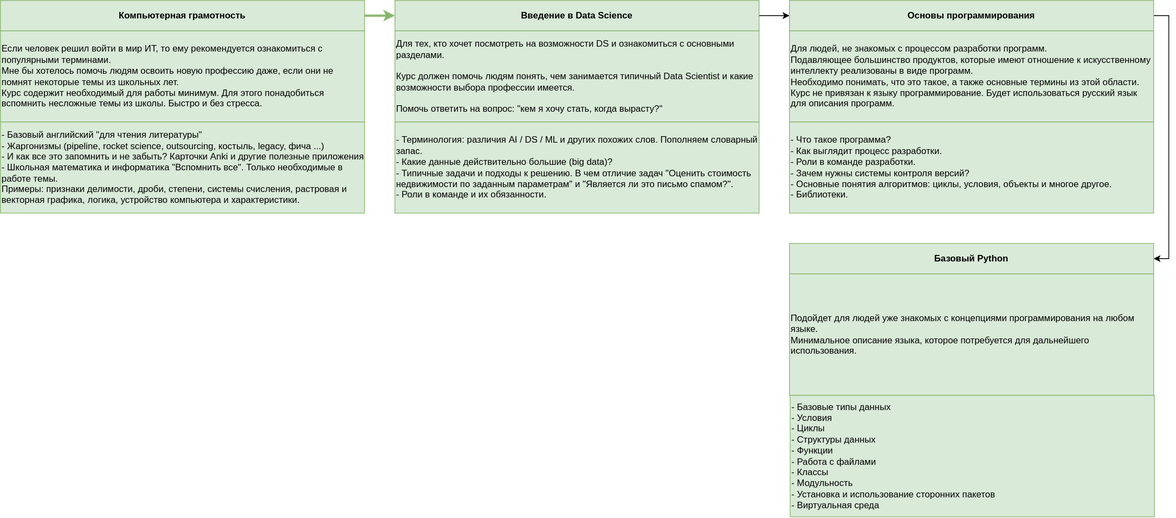
Earlier version of the draw.io export courses.drawio.svg (ryndovaira-org/data_science_lectures). Source tidied: cells renumbered, new cells last; positions are measured from the earlier drawing's top-left corner, leaving out a move shared by most shapes.
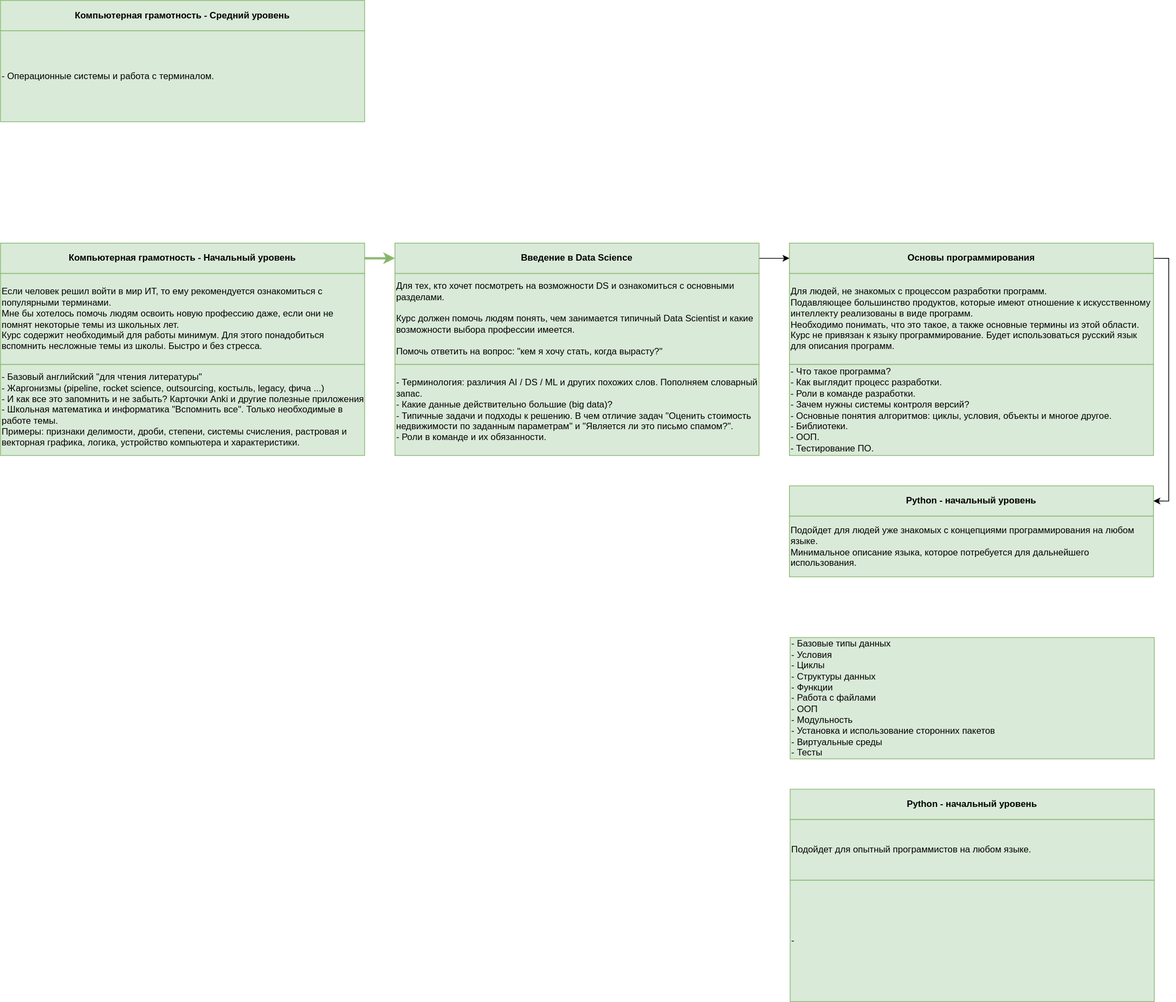
Later version of the same file.

What changed in the source:
```diff
@@ -5,7 +5,7 @@
     <mxCell id="2" style="edgeStyle=orthogonalEdgeStyle;rounded=0;jettySize=auto;html=1;exitX=1;exitY=0.5;exitDx=0;exitDy=0;strokeWidth=3;fillColor=#d5e8d4;strokeColor=#82b366;opacity=90;entryX=0;entryY=0.5;entryDx=0;entryDy=0;" parent="1" edge="1" source="3" target="6">
       <mxGeometry relative="1" as="geometry" />
     </mxCell>
-    <mxCell id="3" value="Компьютерная грамотность" style="rounded=0;whiteSpace=wrap;html=1;fillColor=#d5e8d4;strokeColor=#82b366;opacity=90;fontStyle=1;" parent="1" vertex="1">
+    <mxCell id="3" value="Компьютерная грамотность - Начальный уровень" style="rounded=0;whiteSpace=wrap;html=1;fillColor=#d5e8d4;strokeColor=#82b366;opacity=90;fontStyle=1;" parent="1" vertex="1">
       <mxGeometry width="480" height="40" as="geometry" />
     </mxCell>
     <mxCell id="4" value="Если человек решил войти в мир ИТ, то ему рекомендуется ознакомиться с популярными терминами.&amp;nbsp;&lt;br&gt;Мне бы хотелось помочь людям освоить новую профессию даже, если они не помнят некоторые темы из школьных лет. &lt;br&gt;Курс содержит необходимый для работы минимум. Для этого понадобиться вспомнить несложные темы из школы. Быстро и без стресса." style="rounded=0;whiteSpace=wrap;html=1;fillColor=#d5e8d4;align=left;strokeColor=#82b366;opacity=90;" parent="1" vertex="1">
@@ -26,7 +26,7 @@
     <mxCell id="9" value="- Терминология:&amp;nbsp;различия AI / DS / ML и других похожих слов. Пополняем словарный запас.&lt;br&gt;- Какие данные действительно большие (big data)?&lt;br&gt;- Типичные задачи и подходы к решению. В чем отличие задач &quot;Оценить стоимость недвижимости по заданным параметрам&quot; и &quot;Является ли это письмо спамом?&quot;.&lt;br&gt;- Роли в команде и их обязанности." style="rounded=0;whiteSpace=wrap;html=1;fillColor=#d5e8d4;align=left;strokeColor=#82b366;opacity=90;" parent="1" vertex="1">
       <mxGeometry x="520" y="160" width="480" height="120" as="geometry" />
     </mxCell>
-    <mxCell id="10" value="Базовый Python" style="rounded=0;whiteSpace=wrap;html=1;fillColor=#d5e8d4;strokeColor=#82b366;opacity=90;fontStyle=1;" parent="1" vertex="1">
+    <mxCell id="10" value="Python - начальный уровень" style="rounded=0;whiteSpace=wrap;html=1;fillColor=#d5e8d4;strokeColor=#82b366;opacity=90;fontStyle=1;" parent="1" vertex="1">
       <mxGeometry x="1040" y="320" width="480" height="40" as="geometry" />
     </mxCell>
     <mxCell id="11" style="edgeStyle=orthogonalEdgeStyle;rounded=0;jettySize=auto;html=1;exitX=1;exitY=0.5;exitDx=0;exitDy=0;entryX=1;entryY=0.5;entryDx=0;entryDy=0;" parent="1" edge="1" source="12" target="10">
@@ -38,14 +38,29 @@
     <mxCell id="13" value="Для людей, не знакомых с процессом разработки программ.&amp;nbsp;&lt;br&gt;Подавляющее большинство продуктов, которые имеют отношение к искусственному интеллекту реализованы в виде программ.&lt;br&gt;Необходимо понимать, что это такое, а также основные термины из этой области.&lt;br&gt;Курс не привязан к языку программирование. Будет использоваться русский язык для описания программ." style="rounded=0;whiteSpace=wrap;html=1;fillColor=#d5e8d4;align=left;strokeColor=#82b366;opacity=90;" parent="1" vertex="1">
       <mxGeometry x="1040" y="40" width="480" height="120" as="geometry" />
     </mxCell>
-    <mxCell id="14" value="- Что такое программа?&lt;br&gt;- Как выглядит процесс разработки.&lt;br&gt;- Роли в команде разработки.&lt;br&gt;- Зачем нужны системы контроля версий?&lt;br&gt;- Основные понятия алгоритмов: циклы, условия, объекты и многое другое.&lt;br&gt;- Библиотеки.&amp;nbsp;" style="rounded=0;whiteSpace=wrap;html=1;fillColor=#d5e8d4;align=left;strokeColor=#82b366;opacity=90;" parent="1" vertex="1">
+    <mxCell id="14" value="- Что такое программа?&lt;br&gt;- Как выглядит процесс разработки.&lt;br&gt;- Роли в команде разработки.&lt;br&gt;- Зачем нужны системы контроля версий?&lt;br&gt;- Основные понятия алгоритмов: циклы, условия, объекты и многое другое.&lt;br&gt;- Библиотеки.&amp;nbsp;&lt;br&gt;- ООП.&lt;br&gt;- Тестирование ПО." style="rounded=0;whiteSpace=wrap;html=1;fillColor=#d5e8d4;align=left;strokeColor=#82b366;opacity=90;" parent="1" vertex="1">
       <mxGeometry x="1040" y="160" width="480" height="120" as="geometry" />
     </mxCell>
     <mxCell id="15" value="Подойдет для людей уже знакомых с концепциями программирования на любом языке.&lt;br&gt;Минимальное описание языка, которое потребуется для дальнейшего использования." style="rounded=0;whiteSpace=wrap;html=1;fillColor=#d5e8d4;align=left;strokeColor=#82b366;opacity=90;" parent="1" vertex="1">
-      <mxGeometry x="1040" y="360" width="480" height="160" as="geometry" />
+      <mxGeometry x="1040" y="360" width="480" height="80" as="geometry" />
     </mxCell>
-    <mxCell id="16" value="- Базовые типы данных&lt;br&gt;- Условия&lt;br&gt;- Циклы&lt;br&gt;- Структуры данных&lt;br&gt;- Функции&lt;br&gt;- Работа с файлами&lt;br&gt;- Классы&lt;br&gt;- Модульность&lt;br&gt;- Установка и использование сторонних пакетов&lt;br&gt;- Виртуальная среда" style="rounded=0;whiteSpace=wrap;html=1;fillColor=#d5e8d4;align=left;strokeColor=#82b366;opacity=90;" parent="1" vertex="1">
+    <mxCell id="16" value="- Базовые типы данных&lt;br&gt;- Условия&lt;br&gt;- Циклы&lt;br&gt;- Структуры данных&lt;br&gt;- Функции&lt;br&gt;- Работа с файлами&lt;br&gt;- ООП&lt;br&gt;- Модульность&lt;br&gt;- Установка и использование сторонних пакетов&lt;br&gt;- Виртуальные среды&lt;br&gt;- Тесты" style="rounded=0;whiteSpace=wrap;html=1;fillColor=#d5e8d4;align=left;strokeColor=#82b366;opacity=90;" parent="1" vertex="1">
       <mxGeometry x="1041" y="520" width="480" height="160" as="geometry" />
     </mxCell>
+    <mxCell id="17" value="Python - начальный уровень" style="rounded=0;whiteSpace=wrap;html=1;fillColor=#d5e8d4;strokeColor=#82b366;opacity=90;fontStyle=1;" parent="1" vertex="1">
+      <mxGeometry x="1041" y="720" width="480" height="40" as="geometry" />
+    </mxCell>
+    <mxCell id="18" value="Подойдет для опытный программистов на любом языке." style="rounded=0;whiteSpace=wrap;html=1;fillColor=#d5e8d4;align=left;strokeColor=#82b366;opacity=90;" parent="1" vertex="1">
+      <mxGeometry x="1041" y="760" width="480" height="80" as="geometry" />
+    </mxCell>
+    <mxCell id="19" value="-&amp;nbsp;" style="rounded=0;whiteSpace=wrap;html=1;fillColor=#d5e8d4;align=left;strokeColor=#82b366;opacity=90;" parent="1" vertex="1">
+      <mxGeometry x="1041" y="840" width="480" height="160" as="geometry" />
+    </mxCell>
+    <mxCell id="20" value="Компьютерная грамотность - Средний уровень" style="rounded=0;whiteSpace=wrap;html=1;fillColor=#d5e8d4;strokeColor=#82b366;opacity=90;fontStyle=1;" parent="1" vertex="1">
+      <mxGeometry y="-320" width="480" height="40" as="geometry" />
+    </mxCell>
+    <mxCell id="21" value="- Операционные системы и работа с терминалом.&lt;br&gt;" style="rounded=0;whiteSpace=wrap;html=1;fillColor=#d5e8d4;align=left;strokeColor=#82b366;opacity=90;" parent="1" vertex="1">
+      <mxGeometry y="-280" width="480" height="120" as="geometry" />
+    </mxCell>
   </root>
 </mxGraphModel>
```
